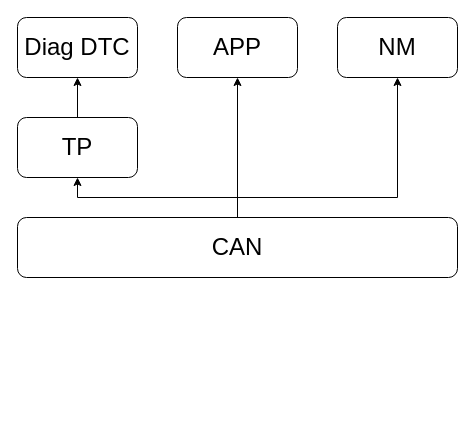
Earlier version of the draw.io diagram 未命名绘图.drawio (Jorgen7062/flow_chart). Source tidied: cells renumbered, new cells numbered last; positions are measured from the earlier drawing's top-left corner, leaving out a move shared by most shapes. Both pictures are drawn from the tidied source at 100%, with x=0, y=0 at pixel (17, 17).
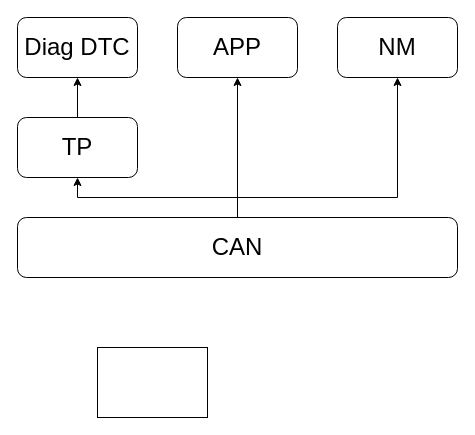
The same page after the edit.

Commit message:
更新未命名绘图.drawio

The edit, as a diff of the source:
```diff
@@
 <mxGraphModel>
   <root>
     <mxCell id="0" />
     <mxCell id="1" parent="0" />
     <mxCell id="2" style="edgeStyle=orthogonalEdgeStyle;rounded=0;jettySize=auto;html=1;entryX=0.5;entryY=1;entryDx=0;entryDy=0;fontSize=24;" parent="1" edge="1" source="5" target="7">
       <mxGeometry relative="1" as="geometry" />
     </mxCell>
     <mxCell id="3" style="edgeStyle=orthogonalEdgeStyle;rounded=0;jettySize=auto;html=1;entryX=0.5;entryY=1;entryDx=0;entryDy=0;fontSize=24;" parent="1" edge="1" source="5" target="9">
       <mxGeometry relative="1" as="geometry" />
     </mxCell>
     <mxCell id="4" style="edgeStyle=orthogonalEdgeStyle;rounded=0;jettySize=auto;html=1;entryX=0.5;entryY=1;entryDx=0;entryDy=0;fontSize=24;" parent="1" edge="1" source="5" target="10">
       <mxGeometry relative="1" as="geometry">
         <Array as="points">
           <mxPoint x="220" y="180" />
           <mxPoint x="380" y="180" />
         </Array>
       </mxGeometry>
     </mxCell>
     <mxCell id="5" value="CAN" style="rounded=1;whiteSpace=wrap;html=1;fontSize=24;" parent="1" vertex="1">
       <mxGeometry y="200" width="440" height="60" as="geometry" />
     </mxCell>
     <mxCell id="6" style="edgeStyle=orthogonalEdgeStyle;rounded=0;jettySize=auto;html=1;fontSize=24;" parent="1" edge="1" source="7" target="8">
       <mxGeometry relative="1" as="geometry" />
     </mxCell>
     <mxCell id="7" value="TP" style="rounded=1;whiteSpace=wrap;html=1;fontSize=24;" parent="1" vertex="1">
       <mxGeometry y="100" width="120" height="60" as="geometry" />
     </mxCell>
     <mxCell id="8" value="Diag DTC" style="rounded=1;whiteSpace=wrap;html=1;fontSize=24;" parent="1" vertex="1">
       <mxGeometry width="120" height="60" as="geometry" />
     </mxCell>
     <mxCell id="9" value="APP" style="rounded=1;whiteSpace=wrap;html=1;fontSize=24;" parent="1" vertex="1">
       <mxGeometry x="160" width="120" height="60" as="geometry" />
     </mxCell>
     <mxCell id="10" value="NM" style="rounded=1;whiteSpace=wrap;html=1;fontSize=24;" parent="1" vertex="1">
       <mxGeometry x="320" width="120" height="60" as="geometry" />
     </mxCell>
+    <mxCell id="11" style="rounded=0;whiteSpace=wrap;html=1;" parent="1" vertex="1">
+      <mxGeometry x="80" y="330" width="110" height="70" as="geometry" />
+    </mxCell>
   </root>
 </mxGraphModel>
```
